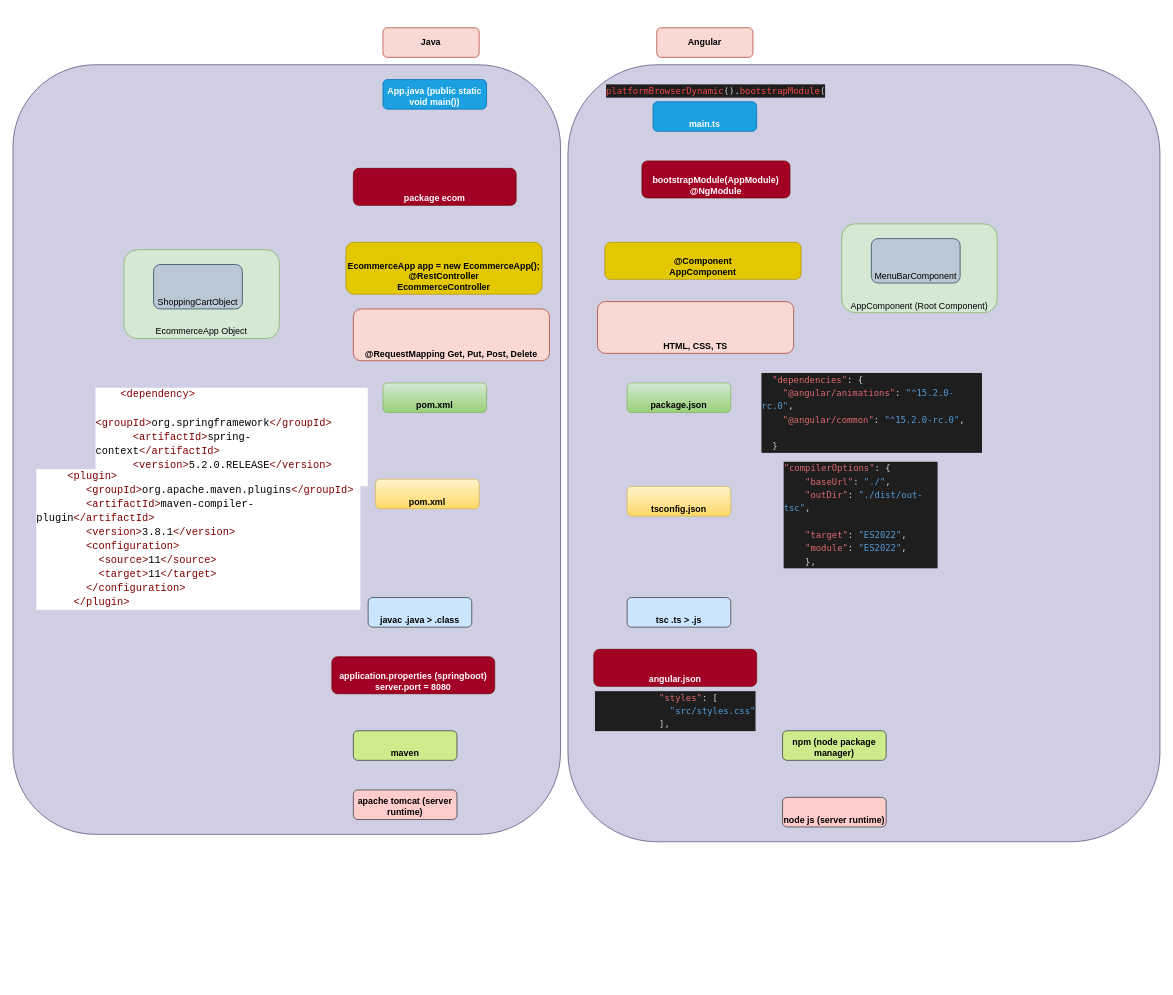
Before: page "Angular vs Java" (3 of 5) of ANGULAR/Angular.drawio in nathub071122/natGIT, a draw.io diagram. Source tidied: cells renumbered, new cells numbered last; positions are measured from the earlier drawing's top-left corner, leaving out a move shared by most shapes. Both pictures are drawn from the tidied source at 74%, with x=0, y=0 at pixel (13, 27).
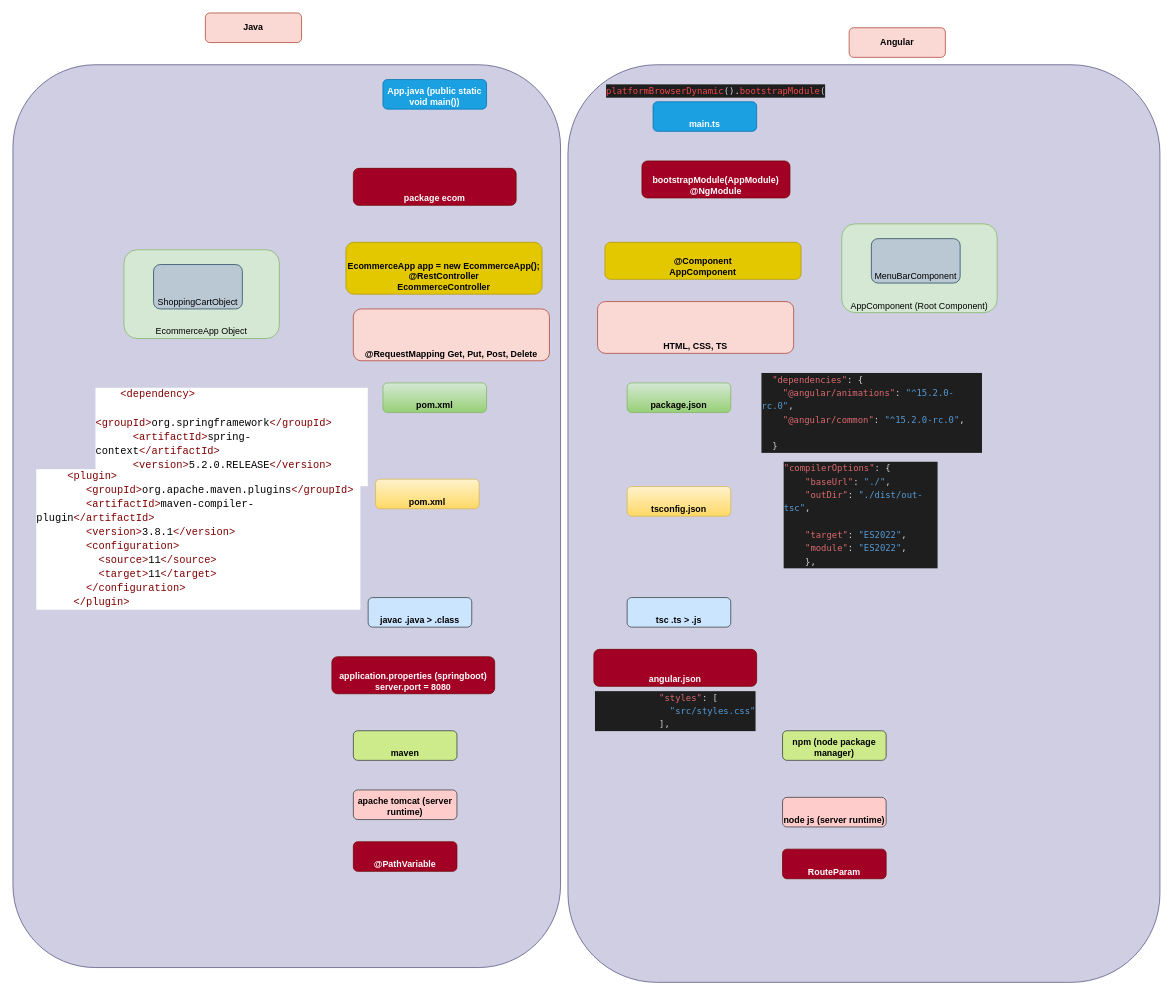
The same diagram, later.

What changed in the source:
```diff
@@
     <mxCell id="2" style="rounded=1;whiteSpace=wrap;html=1;fillColor=#d0cee2;strokeColor=#56517e;verticalAlign=bottom;" parent="1" vertex="1">
-      <mxGeometry x="750" y="50" width="800" height="1050" as="geometry" />
+      <mxGeometry x="750" y="50" width="800" height="1240" as="geometry" />
     </mxCell>
     <mxCell id="3" style="rounded=1;whiteSpace=wrap;html=1;fillColor=#d0cee2;strokeColor=#56517e;verticalAlign=bottom;" parent="1" vertex="1">
-      <mxGeometry y="50" width="740" height="1040" as="geometry" />
+      <mxGeometry y="50" width="740" height="1220" as="geometry" />
     </mxCell>
@@
     <mxCell id="5" value="Java" style="rounded=1;whiteSpace=wrap;html=1;fillColor=#fad9d5;strokeColor=#ae4132;fontStyle=1;verticalAlign=middle;" parent="1" vertex="1">
-      <mxGeometry x="500" width="130" height="40" as="geometry" />
+      <mxGeometry x="260" y="-20" width="130" height="40" as="geometry" />
     </mxCell>
     <mxCell id="6" value="Angular" style="rounded=1;whiteSpace=wrap;html=1;fillColor=#fad9d5;strokeColor=#ae4132;fontStyle=1;verticalAlign=middle;" parent="1" vertex="1">
-      <mxGeometry x="870" width="130" height="40" as="geometry" />
+      <mxGeometry x="1130" width="130" height="40" as="geometry" />
     </mxCell>
@@
+    <mxCell id="36" value="@PathVariable" style="rounded=1;whiteSpace=wrap;html=1;fillColor=#a20025;strokeColor=#6F0000;fontStyle=1;verticalAlign=bottom;fontColor=#ffffff;" parent="1" vertex="1">
+      <mxGeometry x="460" y="1100" width="140" height="40" as="geometry" />
+    </mxCell>
+    <mxCell id="37" value="RouteParam" style="rounded=1;whiteSpace=wrap;html=1;fillColor=#a20025;strokeColor=#6F0000;fontStyle=1;verticalAlign=bottom;fontColor=#ffffff;" parent="1" vertex="1">
+      <mxGeometry x="1040" y="1110" width="140" height="40" as="geometry" />
+    </mxCell>
```
